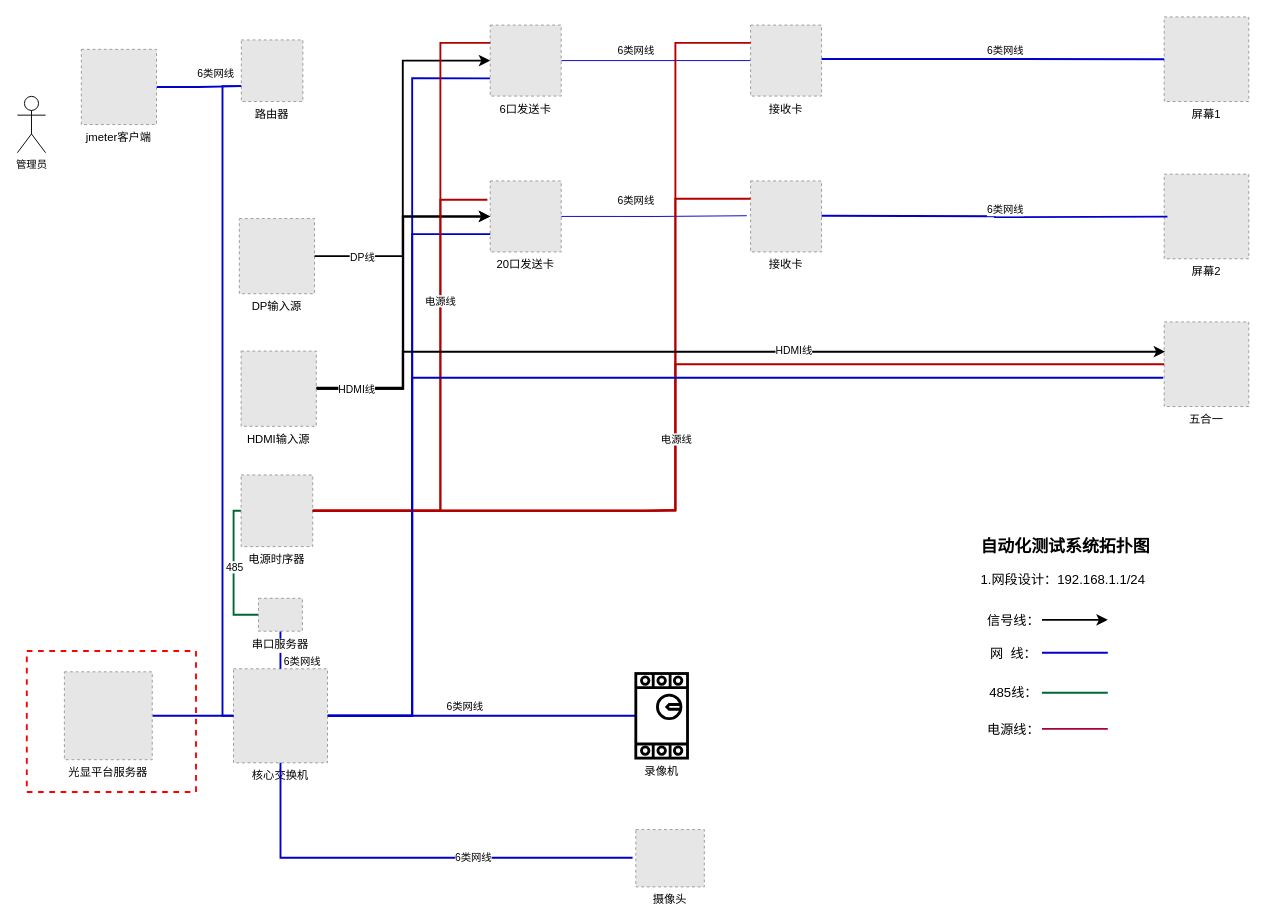
StephenYoung007/ajax keeps this draw.io diagram as 南京德基沉浸式影院系统拓扑.drawio. Above is the earlier version. Source tidied: cells renumbered, new cells numbered last; positions are measured from the earlier drawing's top-left corner, leaving out a move shared by most shapes. Both pictures are drawn from the tidied source at 94%, with x=0, y=0 at pixel (17, 17). Pictures stored in the file or linked from it are replaced by grey dashed boxes.
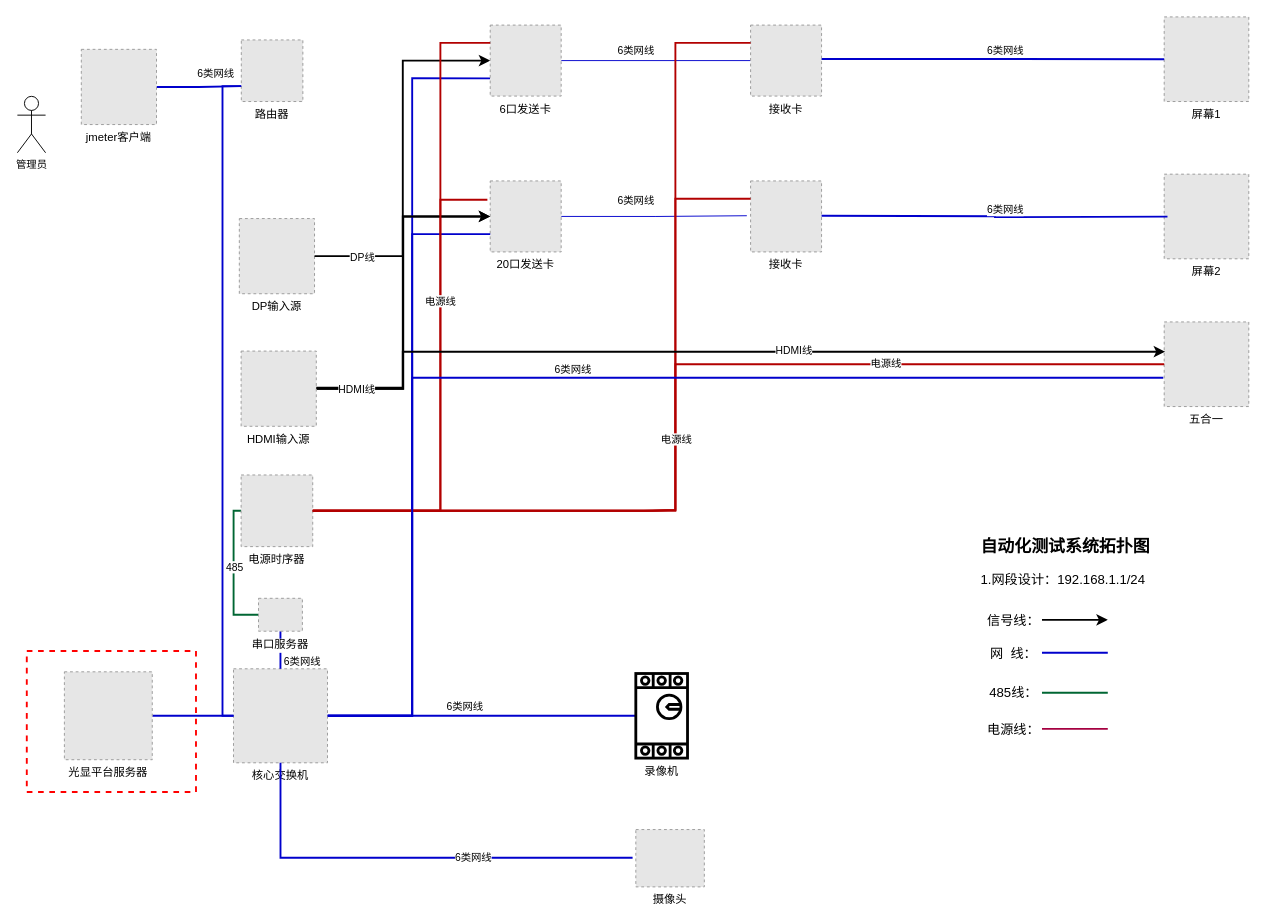
The same page after the edit.

Commit message:
自动化测试系统拓扑.drawio

Unchanged cells that the change refers to:
```xml
<mxCell id="66" style="edgeStyle=orthogonalEdgeStyle;rounded=0;jettySize=auto;html=1;fillColor=#e51400;strokeColor=#B20000;exitX=1;exitY=0.5;exitDx=0;exitDy=0;endArrow=none;startFill=0;entryX=0;entryY=0.5;entryDx=0;entryDy=0;strokeWidth=2;" parent="1" edge="1" source="17" target="65">
  <mxGeometry relative="1" as="geometry">
    <Array as="points">
      <mxPoint x="676" y="525" />
      <mxPoint x="700" y="524" />
      <mxPoint x="700" y="369" />
    </Array>
  </mxGeometry>
</mxCell>
```

Change to the diagram source:
```diff
@@
+    <mxCell id="72" value="电源线" style="edgeLabel;html=1;align=center;verticalAlign=middle;" parent="66" vertex="1">
+      <mxGeometry x="0.44" y="2" relative="1" as="geometry" />
+    </mxCell>
@@
+    <mxCell id="73" value="6类网线" style="edgeLabel;html=1;align=center;verticalAlign=middle;fontSize=11;fontFamily=Helvetica;fontColor=default;" parent="1" vertex="1">
+      <mxGeometry x="590" y="374" as="geometry" />
+    </mxCell>
```
